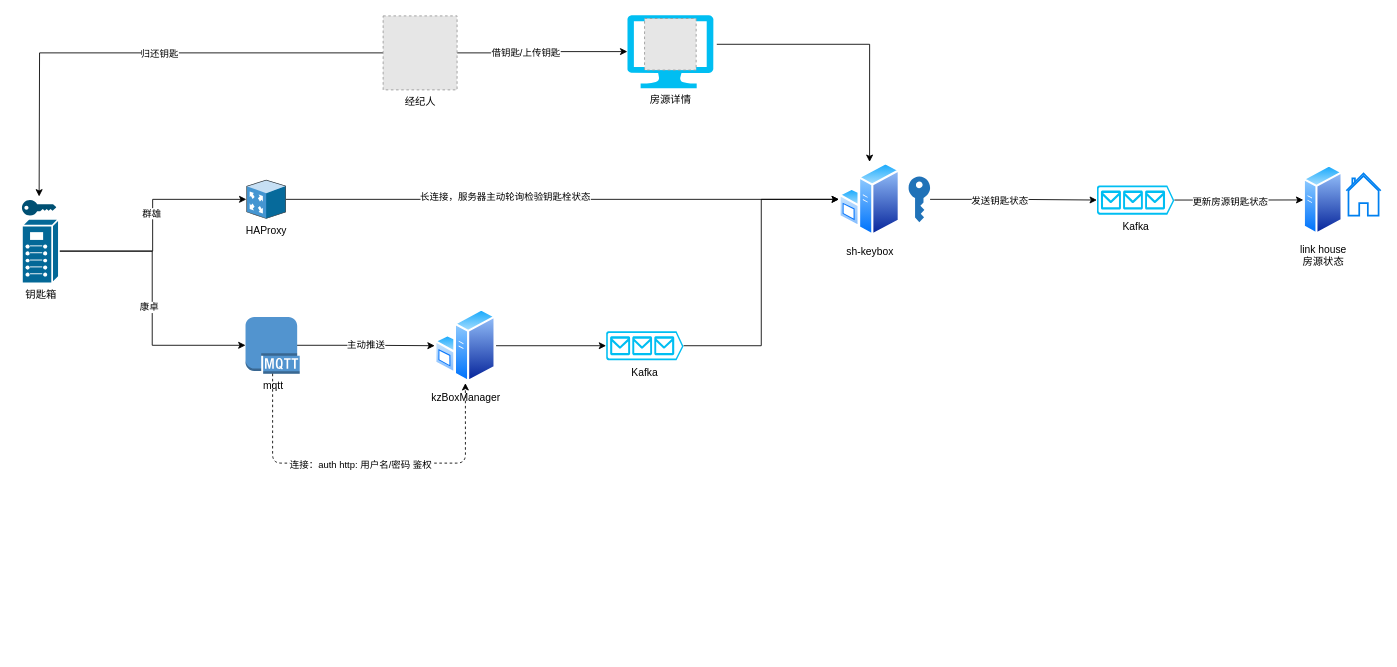
Above: keybox.drawio in yangsp1/yangsp1.github.io (draw.io), before the change. Source tidied: cells renumbered, new cells numbered last; positions are measured from the earlier drawing's top-left corner, leaving out a move shared by most shapes. Both pictures are drawn from the tidied source at 86%, with x=0, y=0 at pixel (22, 15). Pictures stored in the file or linked from it are replaced by grey dashed boxes.
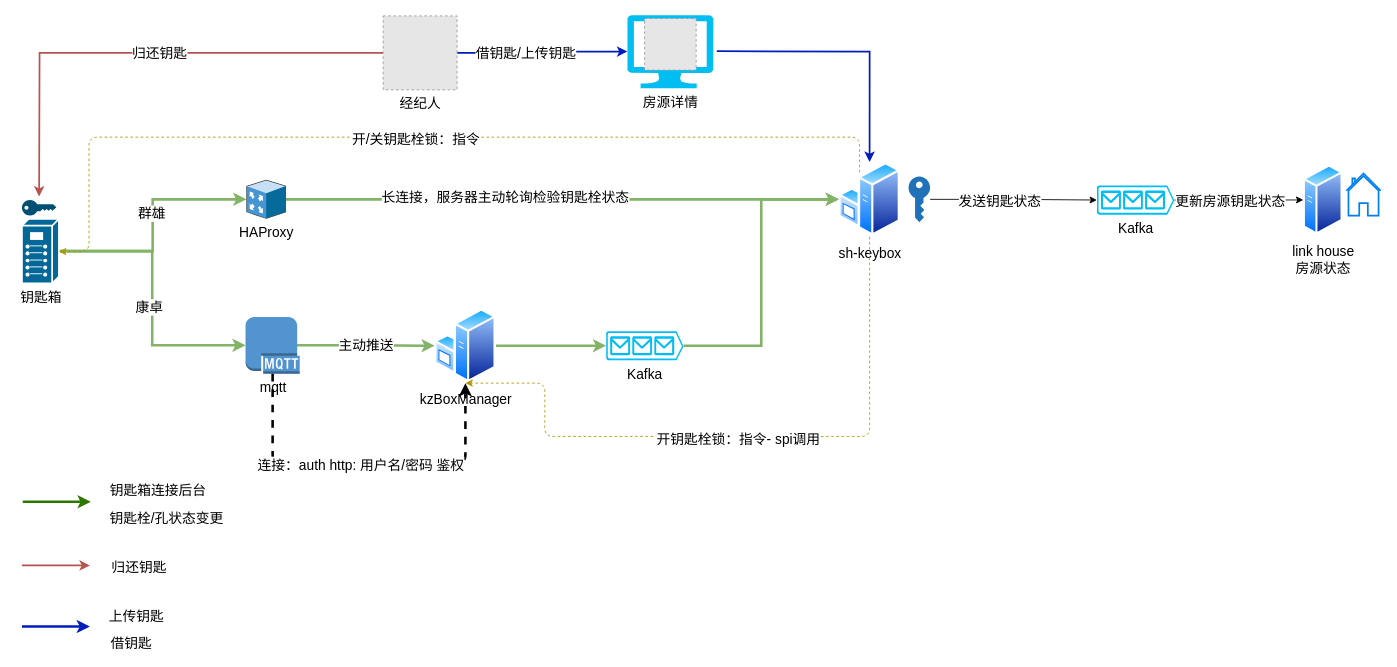
Above is the later version.

Change to the diagram source:
```diff
@@
-    <mxCell id="2" style="edgeStyle=orthogonalEdgeStyle;rounded=0;jettySize=auto;html=1;exitX=1;exitY=0.5;exitDx=0;exitDy=0;exitPerimeter=0;" parent="1" edge="1" source="18" target="15">
+    <mxCell id="2" style="edgeStyle=orthogonalEdgeStyle;rounded=0;jettySize=auto;html=1;exitX=1;exitY=0.5;exitDx=0;exitDy=0;exitPerimeter=0;fillColor=#d5e8d4;strokeColor=#82b366;strokeWidth=3;fontSize=16;" parent="1" edge="1" source="18" target="15">
       <mxGeometry relative="1" as="geometry" />
     </mxCell>
-    <mxCell id="3" value="群雄" style="edgeLabel;html=1;align=center;verticalAlign=middle;" parent="2" vertex="1">
+    <mxCell id="3" value="群雄" style="edgeLabel;html=1;align=center;verticalAlign=middle;fontSize=16;" parent="2" vertex="1">
       <mxGeometry x="0.1" y="2" relative="1" as="geometry" />
     </mxCell>
-    <mxCell id="4" style="edgeStyle=orthogonalEdgeStyle;rounded=0;jettySize=auto;html=1;entryX=0;entryY=0.5;entryDx=0;entryDy=0;entryPerimeter=0;" parent="1" edge="1" source="18" target="17">
+    <mxCell id="4" style="edgeStyle=orthogonalEdgeStyle;rounded=0;jettySize=auto;html=1;entryX=0;entryY=0.5;entryDx=0;entryDy=0;entryPerimeter=0;fillColor=#d5e8d4;strokeColor=#82b366;strokeWidth=3;fontSize=16;" parent="1" edge="1" source="18" target="17">
       <mxGeometry relative="1" as="geometry" />
     </mxCell>
-    <mxCell id="5" value="康卓" style="edgeLabel;html=1;align=center;verticalAlign=middle;" parent="4" vertex="1">
+    <mxCell id="5" value="康卓" style="edgeLabel;html=1;align=center;verticalAlign=middle;fontSize=16;" parent="4" vertex="1">
       <mxGeometry x="0.06" y="-4" relative="1" as="geometry" />
     </mxCell>
-    <mxCell id="6" value="房源详情" style="verticalLabelPosition=bottom;html=1;verticalAlign=top;align=center;strokeColor=none;fillColor=#00BEF2;shape=mxgraph.azure.computer;" parent="1" vertex="1">
+    <mxCell id="6" value="房源详情" style="verticalLabelPosition=bottom;html=1;verticalAlign=top;align=center;strokeColor=none;fillColor=#00BEF2;shape=mxgraph.azure.computer;fontSize=16;" parent="1" vertex="1">
       <mxGeometry x="704" width="100" height="85" as="geometry" />
     </mxCell>
-    <mxCell id="7" style="edgeStyle=orthogonalEdgeStyle;rounded=0;jettySize=auto;html=1;entryX=0.5;entryY=0;entryDx=0;entryDy=0;exitX=1.04;exitY=0.4;exitDx=0;exitDy=0;exitPerimeter=0;" parent="1" edge="1" source="6" target="9">
-      <mxGeometry relative="1" as="geometry" />
+    <mxCell id="7" style="edgeStyle=orthogonalEdgeStyle;rounded=0;jettySize=auto;html=1;entryX=0.5;entryY=0;entryDx=0;entryDy=0;fontSize=16;fillColor=#0050ef;strokeColor=#001DBC;strokeWidth=2;" parent="1" edge="1" target="9">
+      <mxGeometry relative="1" as="geometry">
+        <mxPoint x="808" y="42" as="sourcePoint" />
+      </mxGeometry>
     </mxCell>
-    <mxCell id="8" style="fillColor=#E6E6E6;strokeColor=#999999;dashed=1;html=1;verticalAlign=top;verticalLabelPosition=bottom;labelBackgroundColor=#ffffff;" parent="1" vertex="1">
+    <mxCell id="8" style="fillColor=#E6E6E6;strokeColor=#999999;dashed=1;html=1;verticalAlign=top;verticalLabelPosition=bottom;labelBackgroundColor=#ffffff;fontSize=16;" parent="1" vertex="1">
       <mxGeometry x="724" y="4" width="60" height="60" as="geometry" />
     </mxCell>
-    <mxCell id="9" value="sh-keybox" style="perimeter=ellipsePerimeter;html=1;align=center;shadow=0;dashed=0;spacingTop=3;image;image=img/lib/active_directory/windows_server.svg;" parent="1" vertex="1">
+    <mxCell id="9" value="sh-keybox" style="perimeter=ellipsePerimeter;html=1;align=center;shadow=0;dashed=0;spacingTop=3;image;image=img/lib/active_directory/windows_server.svg;fontSize=16;" parent="1" vertex="1">
       <mxGeometry x="950" y="170.8" width="71.3" height="87" as="geometry" />
     </mxCell>
-    <mxCell id="10" style="edgeStyle=orthogonalEdgeStyle;rounded=0;jettySize=auto;html=1;entryX=0;entryY=0.5;entryDx=0;entryDy=0;entryPerimeter=0;" parent="1" edge="1" source="12" target="28">
+    <mxCell id="10" style="edgeStyle=orthogonalEdgeStyle;rounded=0;jettySize=auto;html=1;entryX=0;entryY=0.5;entryDx=0;entryDy=0;entryPerimeter=0;fontSize=16;" parent="1" edge="1" source="12" target="28">
       <mxGeometry relative="1" as="geometry" />
     </mxCell>
-    <mxCell id="11" value="发送钥匙状态" style="edgeLabel;html=1;align=center;verticalAlign=middle;" parent="10" vertex="1">
+    <mxCell id="11" value="发送钥匙状态" style="edgeLabel;html=1;align=center;verticalAlign=middle;fontSize=16;" parent="10" vertex="1">
       <mxGeometry x="-0.18" y="-1" relative="1" as="geometry" />
     </mxCell>
-    <mxCell id="12" style="shadow=0;dashed=0;html=1;strokeColor=none;labelPosition=center;verticalLabelPosition=bottom;verticalAlign=top;outlineConnect=0;align=center;shape=mxgraph.office.security.key_permissions;fillColor=#2072B8;" parent="1" vertex="1">
+    <mxCell id="12" style="shadow=0;dashed=0;html=1;strokeColor=none;labelPosition=center;verticalLabelPosition=bottom;verticalAlign=top;outlineConnect=0;align=center;shape=mxgraph.office.security.key_permissions;fillColor=#2072B8;fontSize=16;" parent="1" vertex="1">
       <mxGeometry x="1031" y="187.8" width="25" height="53" as="geometry" />
     </mxCell>
-    <mxCell id="13" style="edgeStyle=orthogonalEdgeStyle;rounded=0;jettySize=auto;html=1;entryX=0;entryY=0.5;entryDx=0;entryDy=0;" parent="1" edge="1" source="15" target="9">
+    <mxCell id="13" style="edgeStyle=orthogonalEdgeStyle;rounded=0;jettySize=auto;html=1;entryX=0;entryY=0.5;entryDx=0;entryDy=0;strokeWidth=3;fillColor=#d5e8d4;strokeColor=#82b366;fontSize=16;" parent="1" edge="1" source="15" target="9">
       <mxGeometry relative="1" as="geometry" />
     </mxCell>
-    <mxCell id="14" value="长连接，服务器主动轮询检验钥匙栓状态" style="edgeLabel;html=1;align=center;verticalAlign=middle;" parent="13" vertex="1">
+    <mxCell id="14" value="长连接，服务器主动轮询检验钥匙栓状态" style="edgeLabel;html=1;align=center;verticalAlign=middle;fontSize=16;" parent="13" vertex="1">
       <mxGeometry x="-0.21" y="3" relative="1" as="geometry" />
     </mxCell>
-    <mxCell id="15" value="HAProxy" style="shadow=0;dashed=0;html=1;labelPosition=center;verticalLabelPosition=bottom;verticalAlign=top;align=center;outlineConnect=0;shape=mxgraph.veeam.3d.proxy_appliance;" parent="1" vertex="1">
+    <mxCell id="15" value="HAProxy" style="shadow=0;dashed=0;html=1;labelPosition=center;verticalLabelPosition=bottom;verticalAlign=top;align=center;outlineConnect=0;shape=mxgraph.veeam.3d.proxy_appliance;fontSize=16;" parent="1" vertex="1">
       <mxGeometry x="261" y="191.5" width="46" height="45.5" as="geometry" />
     </mxCell>
-    <mxCell id="16" value="主动推送" style="edgeStyle=orthogonalEdgeStyle;rounded=0;jettySize=auto;html=1;exitX=0.95;exitY=0.5;exitDx=0;exitDy=0;exitPerimeter=0;" parent="1" edge="1" source="17" target="20">
+    <mxCell id="16" value="主动推送" style="edgeStyle=orthogonalEdgeStyle;rounded=0;jettySize=auto;html=1;exitX=0.95;exitY=0.5;exitDx=0;exitDy=0;exitPerimeter=0;fillColor=#d5e8d4;strokeColor=#82b366;strokeWidth=3;fontSize=16;" parent="1" edge="1" source="17" target="20">
       <mxGeometry relative="1" as="geometry" />
     </mxCell>
-    <mxCell id="17" value="mqtt" style="outlineConnect=0;dashed=0;verticalLabelPosition=bottom;verticalAlign=top;align=center;html=1;shape=mxgraph.aws3.mqtt_protocol;fillColor=#5294CF;gradientColor=none;" parent="1" vertex="1">
+    <mxCell id="17" value="mqtt" style="outlineConnect=0;dashed=0;verticalLabelPosition=bottom;verticalAlign=top;align=center;html=1;shape=mxgraph.aws3.mqtt_protocol;fillColor=#5294CF;gradientColor=none;fontSize=16;" parent="1" vertex="1">
       <mxGeometry x="260" y="351" width="63" height="66" as="geometry" />
     </mxCell>
-    <mxCell id="18" value="钥匙箱" style="shape=mxgraph.cisco.misc.breakout_box;html=1;dashed=0;fillColor=#036897;strokeColor=#ffffff;strokeWidth=2;verticalLabelPosition=bottom;verticalAlign=top;align=center;outlineConnect=0;" parent="1" vertex="1">
+    <mxCell id="18" value="钥匙箱" style="shape=mxgraph.cisco.misc.breakout_box;html=1;dashed=0;fillColor=#036897;strokeColor=#ffffff;strokeWidth=2;verticalLabelPosition=bottom;verticalAlign=top;align=center;outlineConnect=0;fontSize=16;" parent="1" vertex="1">
       <mxGeometry y="237" width="43" height="75" as="geometry" />
     </mxCell>
-    <mxCell id="19" style="edgeStyle=orthogonalEdgeStyle;rounded=0;jettySize=auto;html=1;entryX=0;entryY=0.5;entryDx=0;entryDy=0;entryPerimeter=0;" parent="1" edge="1" source="20" target="22">
+    <mxCell id="19" style="edgeStyle=orthogonalEdgeStyle;rounded=0;jettySize=auto;html=1;entryX=0;entryY=0.5;entryDx=0;entryDy=0;entryPerimeter=0;strokeWidth=3;fillColor=#d5e8d4;strokeColor=#82b366;fontSize=16;" parent="1" edge="1" source="20" target="22">
       <mxGeometry relative="1" as="geometry" />
     </mxCell>
-    <mxCell id="20" value="kzBoxManager" style="perimeter=ellipsePerimeter;html=1;align=center;shadow=0;dashed=0;spacingTop=3;image;image=img/lib/active_directory/windows_server.svg;" parent="1" vertex="1">
+    <mxCell id="20" value="kzBoxManager" style="perimeter=ellipsePerimeter;html=1;align=center;shadow=0;dashed=0;spacingTop=3;image;image=img/lib/active_directory/windows_server.svg;fontSize=16;" parent="1" vertex="1">
       <mxGeometry x="480" y="341" width="71.3" height="87" as="geometry" />
     </mxCell>
-    <mxCell id="21" style="edgeStyle=orthogonalEdgeStyle;rounded=0;jettySize=auto;html=1;entryX=0;entryY=0.5;entryDx=0;entryDy=0;" parent="1" edge="1" source="22" target="9">
+    <mxCell id="21" style="edgeStyle=orthogonalEdgeStyle;rounded=0;jettySize=auto;html=1;entryX=0;entryY=0.5;entryDx=0;entryDy=0;strokeWidth=3;fillColor=#d5e8d4;strokeColor=#82b366;fontSize=16;" parent="1" edge="1" source="22" target="9">
       <mxGeometry relative="1" as="geometry" />
     </mxCell>
-    <mxCell id="22" value="Kafka" style="verticalLabelPosition=bottom;html=1;verticalAlign=top;align=center;strokeColor=none;fillColor=#00BEF2;shape=mxgraph.azure.queue_generic;" parent="1" vertex="1">
+    <mxCell id="22" value="Kafka" style="verticalLabelPosition=bottom;html=1;verticalAlign=top;align=center;strokeColor=none;fillColor=#00BEF2;shape=mxgraph.azure.queue_generic;fontSize=16;" parent="1" vertex="1">
       <mxGeometry x="679.3" y="367.5" width="90" height="34" as="geometry" />
     </mxCell>
-    <mxCell id="23" style="verticalLabelPosition=bottom;html=1;verticalAlign=top;align=center;shape=mxgraph.cisco19.key;fillColor=#005073;strokeColor=none;" parent="1" vertex="1">
+    <mxCell id="23" style="verticalLabelPosition=bottom;html=1;verticalAlign=top;align=center;shape=mxgraph.cisco19.key;fillColor=#005073;strokeColor=none;fontSize=16;" parent="1" vertex="1">
       <mxGeometry y="215" width="40" height="18" as="geometry" />
     </mxCell>
-    <mxCell id="24" style="html=1;verticalLabelPosition=bottom;align=center;labelBackgroundColor=#ffffff;verticalAlign=top;strokeWidth=2;strokeColor=#0080F0;shadow=0;dashed=0;shape=mxgraph.ios7.icons.home;" parent="1" vertex="1">
+    <mxCell id="24" style="html=1;verticalLabelPosition=bottom;align=center;labelBackgroundColor=#ffffff;verticalAlign=top;strokeWidth=2;strokeColor=#0080F0;shadow=0;dashed=0;shape=mxgraph.ios7.icons.home;fontSize=16;" parent="1" vertex="1">
       <mxGeometry x="1540" y="184.1" width="40" height="49" as="geometry" />
     </mxCell>
-    <mxCell id="25" value="link house&lt;br&gt;房源状态&lt;br&gt;" style="perimeter=ellipsePerimeter;html=1;align=center;shadow=0;dashed=0;spacingTop=3;image;image=img/lib/active_directory/generic_server.svg;" parent="1" vertex="1">
+    <mxCell id="25" value="link house&lt;br style=&quot;font-size: 16px;&quot;&gt;房源状态&lt;br style=&quot;font-size: 16px;&quot;&gt;" style="perimeter=ellipsePerimeter;html=1;align=center;shadow=0;dashed=0;spacingTop=3;image;image=img/lib/active_directory/generic_server.svg;fontSize=16;" parent="1" vertex="1">
       <mxGeometry x="1490" y="173.8" width="46.1" height="82.4" as="geometry" />
     </mxCell>
-    <mxCell id="26" style="edgeStyle=orthogonalEdgeStyle;rounded=0;jettySize=auto;html=1;" parent="1" edge="1" source="28" target="25">
+    <mxCell id="26" style="edgeStyle=orthogonalEdgeStyle;rounded=0;jettySize=auto;html=1;fontSize=16;" parent="1" edge="1" source="28" target="25">
       <mxGeometry relative="1" as="geometry" />
     </mxCell>
-    <mxCell id="27" value="更新房源钥匙状态" style="edgeLabel;html=1;align=center;verticalAlign=middle;" parent="26" vertex="1">
+    <mxCell id="27" value="更新房源钥匙状态" style="edgeLabel;html=1;align=center;verticalAlign=middle;fontSize=16;" parent="26" vertex="1">
       <mxGeometry x="-0.15" y="-1" relative="1" as="geometry" />
     </mxCell>
-    <mxCell id="28" value="Kafka" style="verticalLabelPosition=bottom;html=1;verticalAlign=top;align=center;strokeColor=none;fillColor=#00BEF2;shape=mxgraph.azure.queue_generic;" parent="1" vertex="1">
+    <mxCell id="28" value="Kafka" style="verticalLabelPosition=bottom;html=1;verticalAlign=top;align=center;strokeColor=none;fillColor=#00BEF2;shape=mxgraph.azure.queue_generic;fontSize=16;" parent="1" vertex="1">
       <mxGeometry x="1250" y="198.1" width="90" height="34" as="geometry" />
     </mxCell>
-    <mxCell id="29" style="endArrow=classic;html=1;exitX=0.5;exitY=1;exitDx=0;exitDy=0;exitPerimeter=0;entryX=0.5;entryY=1;entryDx=0;entryDy=0;edgeStyle=orthogonalEdgeStyle;dashed=1;" parent="1" edge="1" source="17" target="20">
+    <mxCell id="29" style="endArrow=classic;html=1;exitX=0.5;exitY=1;exitDx=0;exitDy=0;exitPerimeter=0;entryX=0.5;entryY=1;entryDx=0;entryDy=0;edgeStyle=orthogonalEdgeStyle;dashed=1;strokeWidth=3;fontSize=16;" parent="1" edge="1" source="17" target="20">
       <mxGeometry relative="1" as="geometry">
         <Array as="points">
           <mxPoint x="292" y="521" />
           <mxPoint x="516" y="521" />
         </Array>
       </mxGeometry>
     </mxCell>
-    <mxCell id="30" value="连接：auth http: 用户名/密码 鉴权" style="edgeLabel;html=1;align=center;verticalAlign=middle;" parent="29" vertex="1">
+    <mxCell id="30" value="连接：auth http: 用户名/密码 鉴权" style="edgeLabel;html=1;align=center;verticalAlign=middle;fontSize=16;" parent="29" vertex="1">
       <mxGeometry x="-0.02" y="-1" relative="1" as="geometry" />
     </mxCell>
-    <mxCell id="31" style="edgeStyle=orthogonalEdgeStyle;rounded=0;jettySize=auto;html=1;entryX=0;entryY=0.5;entryDx=0;entryDy=0;entryPerimeter=0;" parent="1" edge="1" source="35" target="6">
+    <mxCell id="31" style="edgeStyle=orthogonalEdgeStyle;rounded=0;jettySize=auto;html=1;entryX=0;entryY=0.5;entryDx=0;entryDy=0;entryPerimeter=0;fontSize=16;fillColor=#0050ef;strokeColor=#001DBC;strokeWidth=2;" parent="1" edge="1" source="35" target="6">
       <mxGeometry relative="1" as="geometry" />
     </mxCell>
-    <mxCell id="32" value="借钥匙/上传钥匙" style="edgeLabel;html=1;align=center;verticalAlign=middle;" parent="31" vertex="1">
+    <mxCell id="32" value="借钥匙/上传钥匙" style="edgeLabel;html=1;align=center;verticalAlign=middle;fontSize=16;" parent="31" vertex="1">
       <mxGeometry x="-0.2" y="1" relative="1" as="geometry">
         <mxPoint x="-1" as="offset" />
       </mxGeometry>
     </mxCell>
-    <mxCell id="33" style="edgeStyle=orthogonalEdgeStyle;rounded=0;jettySize=auto;html=1;" parent="1" edge="1" source="35">
+    <mxCell id="33" style="edgeStyle=orthogonalEdgeStyle;rounded=0;jettySize=auto;html=1;fillColor=#f8cecc;strokeColor=#b85450;fontSize=16;strokeWidth=2;" parent="1" edge="1" source="35">
       <mxGeometry relative="1" as="geometry">
         <mxPoint x="20" y="211" as="targetPoint" />
       </mxGeometry>
     </mxCell>
-    <mxCell id="34" value="归还钥匙" style="edgeLabel;html=1;align=center;verticalAlign=middle;" parent="33" vertex="1">
+    <mxCell id="34" value="归还钥匙" style="edgeLabel;html=1;align=center;verticalAlign=middle;fontSize=16;" parent="33" vertex="1">
       <mxGeometry x="-0.08" relative="1" as="geometry" />
     </mxCell>
-    <mxCell id="35" value="经纪人" style="fillColor=#E6E6E6;strokeColor=#999999;dashed=1;html=1;verticalAlign=top;verticalLabelPosition=bottom;labelBackgroundColor=#ffffff;" parent="1" vertex="1">
+    <mxCell id="35" value="经纪人" style="fillColor=#E6E6E6;strokeColor=#999999;dashed=1;html=1;verticalAlign=top;verticalLabelPosition=bottom;labelBackgroundColor=#ffffff;fontSize=16;" parent="1" vertex="1">
       <mxGeometry x="420" y="1" width="86" height="86" as="geometry" />
     </mxCell>
+    <mxCell id="36" style="endArrow=classic;html=1;fontSize=16;strokeWidth=1;edgeStyle=orthogonalEdgeStyle;dashed=1;fillColor=#e3c800;strokeColor=#B09500;" parent="1" edge="1" target="18">
+      <mxGeometry relative="1" as="geometry">
+        <mxPoint x="974" y="183" as="sourcePoint" />
+        <Array as="points">
+          <mxPoint x="974" y="142" />
+          <mxPoint x="78" y="142" />
+          <mxPoint x="78" y="275" />
+        </Array>
+      </mxGeometry>
+    </mxCell>
+    <mxCell id="37" value="开/关钥匙栓锁：指令" style="edgeLabel;html=1;align=center;verticalAlign=middle;fontSize=16;" parent="36" vertex="1">
+      <mxGeometry x="0.01" y="2" relative="1" as="geometry" />
+    </mxCell>
+    <mxCell id="38" style="endArrow=classic;html=1;fontSize=16;strokeWidth=3;fillColor=#60a917;strokeColor=#2D7600;" parent="1" edge="1">
+      <mxGeometry relative="1" as="geometry">
+        <mxPoint x="1" y="566" as="sourcePoint" />
+        <mxPoint x="80" y="566" as="targetPoint" />
+      </mxGeometry>
+    </mxCell>
+    <mxCell id="39" value="钥匙栓/孔状态变更" style="text;html=1;align=center;verticalAlign=middle;strokeColor=none;fontSize=16;" parent="1" vertex="1">
+      <mxGeometry x="96" y="573" width="143" height="23" as="geometry" />
+    </mxCell>
+    <mxCell id="40" value="钥匙箱连接后台" style="text;html=1;align=center;verticalAlign=middle;strokeColor=none;fontSize=16;" parent="1" vertex="1">
+      <mxGeometry x="97" y="541" width="122" height="23" as="geometry" />
+    </mxCell>
+    <mxCell id="41" style="endArrow=classic;html=1;fontSize=16;strokeWidth=2;fillColor=#f8cecc;strokeColor=#b85450;" parent="1" edge="1">
+      <mxGeometry relative="1" as="geometry">
+        <mxPoint y="640" as="sourcePoint" />
+        <mxPoint x="79" y="640" as="targetPoint" />
+      </mxGeometry>
+    </mxCell>
+    <mxCell id="42" value="归还钥匙" style="text;html=1;align=center;verticalAlign=middle;strokeColor=none;fontSize=16;" parent="1" vertex="1">
+      <mxGeometry x="99" y="630" width="74" height="23" as="geometry" />
+    </mxCell>
+    <mxCell id="43" style="endArrow=classic;html=1;fontSize=16;strokeWidth=3;fillColor=#0050ef;strokeColor=#001DBC;" parent="1" edge="1">
+      <mxGeometry relative="1" as="geometry">
+        <mxPoint y="711" as="sourcePoint" />
+        <mxPoint x="79" y="711" as="targetPoint" />
+      </mxGeometry>
+    </mxCell>
+    <mxCell id="44" value="借钥匙" style="text;html=1;align=center;verticalAlign=middle;strokeColor=none;fontSize=16;" parent="1" vertex="1">
+      <mxGeometry x="98" y="718" width="58" height="23" as="geometry" />
+    </mxCell>
+    <mxCell id="45" value="上传钥匙" style="text;html=1;align=center;verticalAlign=middle;strokeColor=none;fontSize=16;" parent="1" vertex="1">
+      <mxGeometry x="96" y="687" width="74" height="23" as="geometry" />
+    </mxCell>
+    <mxCell id="46" style="endArrow=classic;html=1;fontSize=16;strokeWidth=1;edgeStyle=orthogonalEdgeStyle;dashed=1;fillColor=#e3c800;strokeColor=#B09500;exitX=0.5;exitY=1;exitDx=0;exitDy=0;entryX=0.5;entryY=1;entryDx=0;entryDy=0;" parent="1" edge="1" source="9" target="20">
+      <mxGeometry relative="1" as="geometry">
+        <Array as="points">
+          <mxPoint x="986" y="490" />
+          <mxPoint x="608" y="490" />
+          <mxPoint x="608" y="428" />
+        </Array>
+      </mxGeometry>
+    </mxCell>
+    <mxCell id="47" value="开钥匙栓锁：指令- spi调用" style="edgeLabel;html=1;align=center;verticalAlign=middle;fontSize=16;" parent="46" vertex="1">
+      <mxGeometry x="0.01" y="2" relative="1" as="geometry">
+        <mxPoint x="1" as="offset" />
+      </mxGeometry>
+    </mxCell>
```
